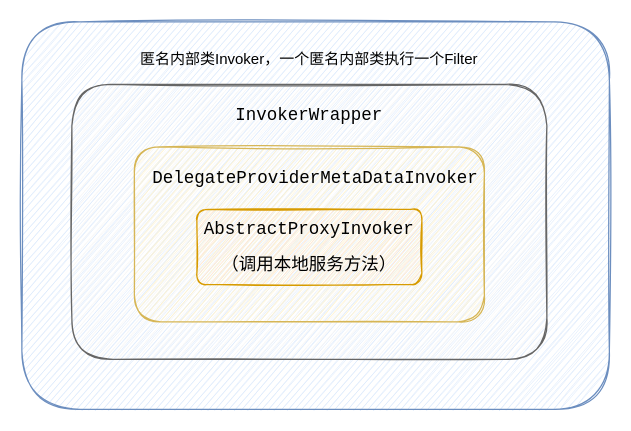
Before: dubbo/filter的工作原理.drawio in erlieStar/diagrams, a draw.io diagram. Source tidied: cells renumbered, new cells numbered last; positions are measured from the earlier drawing's top-left corner, leaving out a move shared by most shapes. Both pictures are drawn from the tidied source at 125%, with x=0, y=0 at pixel (21, 21).
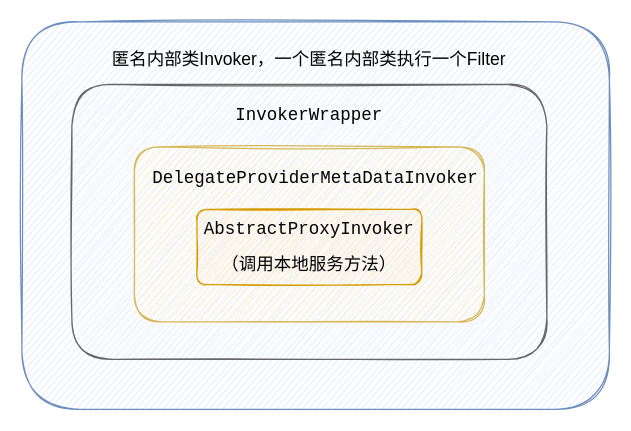
Above is the later version.

Commit message (it also covers changes not shown here):
Update filter的工作原理.drawio

Diff of the diagram source:
```diff
@@
 <mxGraphModel>
   <root>
     <mxCell id="0" />
     <mxCell id="1" parent="0" />
     <mxCell id="2" style="rounded=1;whiteSpace=wrap;html=1;fillColor=#dae8fc;strokeColor=#6c8ebf;shadow=0;sketch=1;" parent="1" vertex="1">
       <mxGeometry width="470" height="310" as="geometry" />
     </mxCell>
     <mxCell id="3" style="rounded=1;whiteSpace=wrap;html=1;fillColor=#f5f5f5;strokeColor=#666666;fontColor=#333333;sketch=1;" parent="1" vertex="1">
       <mxGeometry x="40" y="50" width="380" height="220" as="geometry" />
     </mxCell>
     <mxCell id="4" style="rounded=1;whiteSpace=wrap;html=1;fillColor=#fff2cc;strokeColor=#d6b656;sketch=1;" parent="1" vertex="1">
       <mxGeometry x="90" y="100" width="280" height="140" as="geometry" />
     </mxCell>
     <mxCell id="5" value="&lt;pre&gt;&lt;font style=&quot;font-size: 14px&quot;&gt;AbstractProxyInvoker&lt;/font&gt;&lt;/pre&gt;&lt;pre&gt;&lt;font style=&quot;font-size: 14px&quot;&gt;（调用本地服务方法）&lt;/font&gt;&lt;/pre&gt;" style="rounded=1;whiteSpace=wrap;html=1;fillColor=#ffe6cc;strokeColor=#d79b00;sketch=1;" parent="1" vertex="1">
       <mxGeometry x="140" y="150" width="180" height="60" as="geometry" />
     </mxCell>
     <mxCell id="6" value="&lt;pre&gt;&lt;font style=&quot;font-size: 14px&quot;&gt;DelegateProviderMetaDataInvoker&lt;/font&gt;&lt;/pre&gt;" style="text;html=1;strokeColor=none;fillColor=none;align=center;verticalAlign=middle;whiteSpace=wrap;rounded=0;" parent="1" vertex="1">
       <mxGeometry x="120" y="110" width="230" height="30" as="geometry" />
     </mxCell>
     <mxCell id="7" value="&lt;pre&gt;&lt;font style=&quot;font-size: 14px&quot;&gt;InvokerWrapper&lt;/font&gt;&lt;/pre&gt;" style="text;html=1;strokeColor=none;fillColor=none;align=center;verticalAlign=middle;whiteSpace=wrap;rounded=0;" parent="1" vertex="1">
       <mxGeometry x="170" y="60" width="120" height="30" as="geometry" />
     </mxCell>
-    <mxCell id="8" value="匿名内部类Invoker，一个匿名内部类执行一个Filter" style="text;html=1;strokeColor=none;fillColor=none;align=center;verticalAlign=middle;whiteSpace=wrap;rounded=0;" parent="1" vertex="1">
+    <mxCell id="8" value="&lt;font style=&quot;font-size: 14px&quot;&gt;匿名内部类Invoker，一个匿名内部类执行一个Filter&lt;/font&gt;" style="text;html=1;strokeColor=none;fillColor=none;align=center;verticalAlign=middle;whiteSpace=wrap;rounded=0;" parent="1" vertex="1">
       <mxGeometry x="65" y="10" width="330" height="40" as="geometry" />
     </mxCell>
   </root>
 </mxGraphModel>
```
